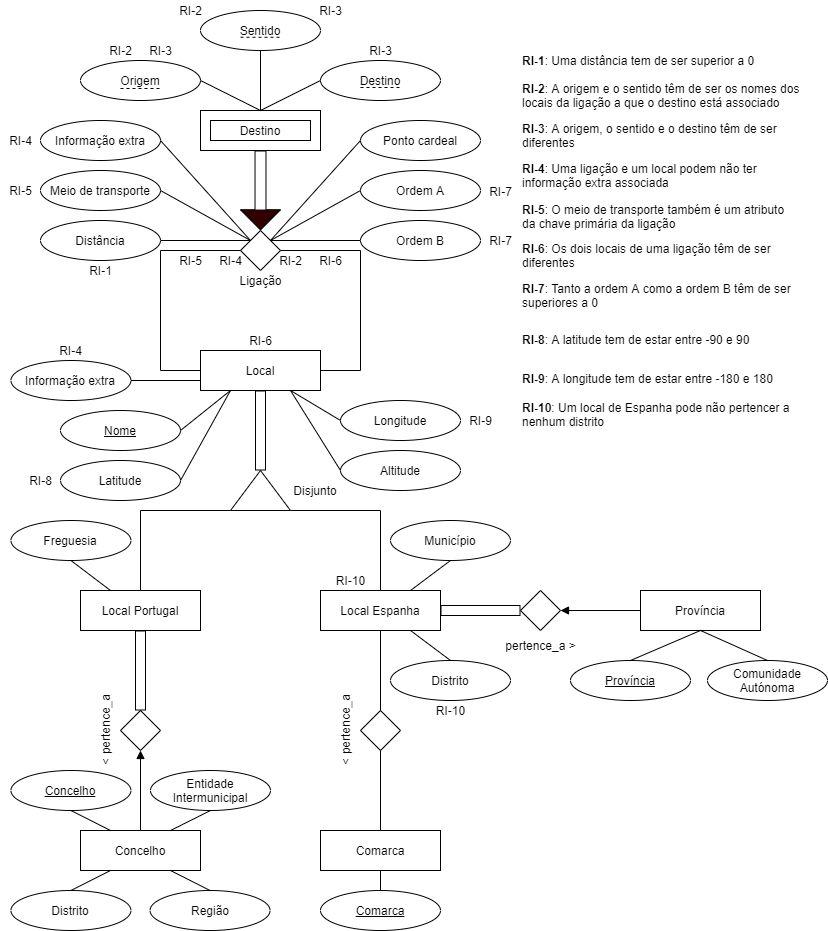
The draw.io diagram src/viajar/base_dados/diagrama_e_a.png in migueldgoncalves/Viajar, before a commit. Source tidied: cells renumbered, new cells last; positions are measured from the earlier drawing's top-left corner, leaving out a move shared by most shapes.
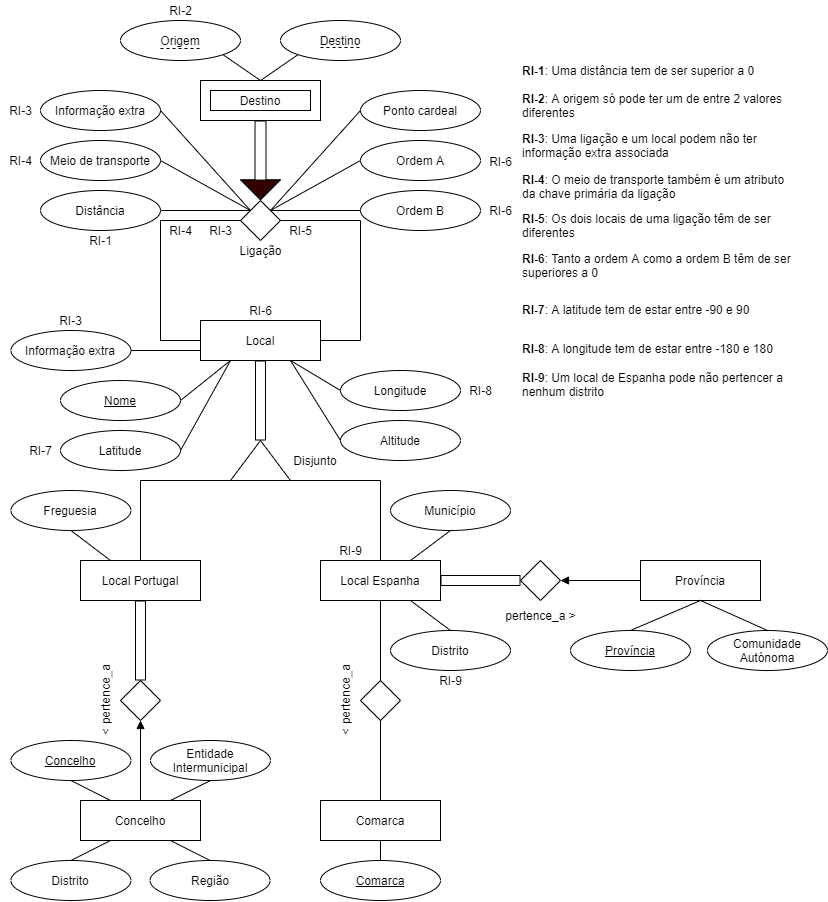
The same diagram one commit later.

What changed in the source:
```diff
@@ -140,14 +140,11 @@
     <mxCell id="39" value="Ligação" style="text;html=1;align=center;verticalAlign=middle;" parent="1" vertex="1">
       <mxGeometry x="230" y="270" width="60" height="20" as="geometry" />
     </mxCell>
-    <mxCell id="40" value="Sentido" style="ellipse;whiteSpace=wrap;html=1;fillColor=none;fontStyle=0;" parent="1" vertex="1">
-      <mxGeometry x="200" y="10" width="120" height="40" as="geometry" />
-    </mxCell>
     <mxCell id="41" value="Origem" style="ellipse;whiteSpace=wrap;html=1;fillColor=none;fontStyle=0;" parent="1" vertex="1">
-      <mxGeometry x="80" y="60" width="120" height="40" as="geometry" />
+      <mxGeometry x="120" y="50" width="120" height="40" as="geometry" />
     </mxCell>
     <mxCell id="42" value="Destino" style="ellipse;whiteSpace=wrap;html=1;fillColor=none;fontStyle=0;" parent="1" vertex="1">
-      <mxGeometry x="320" y="60" width="120" height="40" as="geometry" />
+      <mxGeometry x="280" y="50" width="120" height="40" as="geometry" />
     </mxCell>
     <mxCell id="43" value="Latitude" style="ellipse;whiteSpace=wrap;html=1;fillColor=none;" parent="1" vertex="1">
       <mxGeometry x="60" y="460" width="120" height="40" as="geometry" />
@@ -203,13 +200,10 @@
     <mxCell id="60" value="Meio de transporte" style="ellipse;whiteSpace=wrap;html=1;fillColor=none;" parent="1" vertex="1">
       <mxGeometry x="40" y="170" width="120" height="40" as="geometry" />
     </mxCell>
-    <mxCell id="61" style="endArrow=none;html=1;entryX=0.5;entryY=0;entryDx=0;entryDy=0;exitX=1;exitY=0.5;exitDx=0;exitDy=0;" parent="1" edge="1" source="41" target="9">
+    <mxCell id="61" style="endArrow=none;html=1;entryX=0.5;entryY=0;entryDx=0;entryDy=0;exitX=1;exitY=1;exitDx=0;exitDy=0;" parent="1" edge="1" source="41" target="9">
       <mxGeometry relative="1" as="geometry" />
     </mxCell>
-    <mxCell id="62" style="endArrow=none;html=1;entryX=0.5;entryY=0;entryDx=0;entryDy=0;exitX=0.5;exitY=1;exitDx=0;exitDy=0;" parent="1" edge="1" source="40" target="9">
-      <mxGeometry relative="1" as="geometry" />
-    </mxCell>
-    <mxCell id="63" style="endArrow=none;html=1;entryX=0.5;entryY=0;entryDx=0;entryDy=0;exitX=0;exitY=0.5;exitDx=0;exitDy=0;" parent="1" edge="1" source="42" target="9">
+    <mxCell id="63" style="endArrow=none;html=1;entryX=0.5;entryY=0;entryDx=0;entryDy=0;exitX=0;exitY=1;exitDx=0;exitDy=0;" parent="1" edge="1" source="42" target="9">
       <mxGeometry relative="1" as="geometry" />
     </mxCell>
     <mxCell id="64" style="endArrow=none;html=1;entryX=0;entryY=0;entryDx=0;entryDy=0;exitX=1;exitY=0.5;exitDx=0;exitDy=0;" parent="1" edge="1" source="58" target="10">
@@ -268,104 +262,80 @@
     </mxCell>
     <mxCell id="82" style="endArrow=none;dashed=1;html=1;fontStyle=4;" parent="1" edge="1">
       <mxGeometry relative="1" as="geometry">
-        <mxPoint x="120" y="88" as="sourcePoint" />
-        <mxPoint x="160" y="88" as="targetPoint" />
+        <mxPoint x="160" y="78" as="sourcePoint" />
+        <mxPoint x="200" y="78" as="targetPoint" />
       </mxGeometry>
     </mxCell>
-    <mxCell id="83" style="endArrow=none;dashed=1;html=1;fontStyle=4;" parent="1" edge="1">
-      <mxGeometry relative="1" as="geometry">
-        <mxPoint x="240" y="36.8" as="sourcePoint" />
-        <mxPoint x="280" y="36.8" as="targetPoint" />
-      </mxGeometry>
-    </mxCell>
     <mxCell id="84" style="endArrow=none;dashed=1;html=1;" parent="1" edge="1">
       <mxGeometry relative="1" as="geometry">
-        <mxPoint x="360" y="87" as="sourcePoint" />
-        <mxPoint x="400" y="87" as="targetPoint" />
+        <mxPoint x="320" y="77" as="sourcePoint" />
+        <mxPoint x="360" y="77" as="targetPoint" />
       </mxGeometry>
     </mxCell>
     <mxCell id="85" value="&lt;b&gt;RI-1&lt;/b&gt;: Uma distância tem de ser superior a 0" style="text;html=1;strokeColor=none;fillColor=none;align=left;verticalAlign=middle;whiteSpace=wrap;rounded=0;" parent="1" vertex="1">
-      <mxGeometry x="520" y="50" width="280" height="20" as="geometry" />
+      <mxGeometry x="520" y="90" width="280" height="20" as="geometry" />
     </mxCell>
     <mxCell id="86" value="RI-1" style="text;html=1;align=center;verticalAlign=middle;" parent="1" vertex="1">
       <mxGeometry x="80" y="260" width="40" height="20" as="geometry" />
     </mxCell>
-    <mxCell id="87" value="&lt;b&gt;RI-2&lt;/b&gt;: A origem e o sentido têm de ser os nomes dos locais da ligação a que o destino está associado" style="text;html=1;strokeColor=none;fillColor=none;align=left;verticalAlign=middle;whiteSpace=wrap;rounded=0;" parent="1" vertex="1">
-      <mxGeometry x="520" y="80" width="280" height="30" as="geometry" />
+    <mxCell id="87" value="&lt;b&gt;RI-2&lt;/b&gt;: A origem só pode ter um de entre 2 valores diferentes" style="text;html=1;strokeColor=none;fillColor=none;align=left;verticalAlign=middle;whiteSpace=wrap;rounded=0;" parent="1" vertex="1">
+      <mxGeometry x="520" y="120" width="280" height="30" as="geometry" />
     </mxCell>
-    <mxCell id="88" value="RI-2" style="text;html=1;align=center;verticalAlign=middle;" parent="1" vertex="1">
-      <mxGeometry x="170" width="40" height="20" as="geometry" />
-    </mxCell>
     <mxCell id="89" value="RI-2" style="text;html=1;align=center;verticalAlign=middle;" parent="1" vertex="1">
-      <mxGeometry x="100" y="40" width="40" height="20" as="geometry" />
+      <mxGeometry x="160" y="30" width="40" height="20" as="geometry" />
     </mxCell>
-    <mxCell id="90" value="RI-2" style="text;html=1;align=center;verticalAlign=middle;" parent="1" vertex="1">
-      <mxGeometry x="270" y="250" width="40" height="20" as="geometry" />
-    </mxCell>
-    <mxCell id="91" value="&lt;b&gt;RI-4&lt;/b&gt;: Uma ligação e um local podem não ter informação extra associada" style="text;html=1;strokeColor=none;fillColor=none;align=left;verticalAlign=middle;whiteSpace=wrap;rounded=0;" parent="1" vertex="1">
+    <mxCell id="91" value="&lt;b&gt;RI-3&lt;/b&gt;: Uma ligação e um local podem não ter informação extra associada" style="text;html=1;strokeColor=none;fillColor=none;align=left;verticalAlign=middle;whiteSpace=wrap;rounded=0;" parent="1" vertex="1">
       <mxGeometry x="520" y="160" width="280" height="30" as="geometry" />
     </mxCell>
-    <mxCell id="92" value="RI-4" style="text;html=1;align=center;verticalAlign=middle;" parent="1" vertex="1">
+    <mxCell id="92" value="RI-3" style="text;html=1;align=center;verticalAlign=middle;" parent="1" vertex="1">
       <mxGeometry y="130" width="40" height="20" as="geometry" />
     </mxCell>
-    <mxCell id="93" value="RI-4" style="text;html=1;align=center;verticalAlign=middle;" parent="1" vertex="1">
-      <mxGeometry x="210" y="250" width="40" height="20" as="geometry" />
+    <mxCell id="93" value="RI-3" style="text;html=1;align=center;verticalAlign=middle;" parent="1" vertex="1">
+      <mxGeometry x="200" y="250" width="40" height="20" as="geometry" />
     </mxCell>
-    <mxCell id="94" value="&lt;b&gt;RI-8&lt;/b&gt;: A latitude tem de estar entre -90 e 90" style="text;html=1;strokeColor=none;fillColor=none;align=left;verticalAlign=middle;whiteSpace=wrap;rounded=0;" parent="1" vertex="1">
+    <mxCell id="94" value="&lt;b&gt;RI-7&lt;/b&gt;: A latitude tem de estar entre -90 e 90" style="text;html=1;strokeColor=none;fillColor=none;align=left;verticalAlign=middle;whiteSpace=wrap;rounded=0;" parent="1" vertex="1">
       <mxGeometry x="520" y="329" width="280" height="20" as="geometry" />
     </mxCell>
-    <mxCell id="95" value="RI-8" style="text;html=1;align=center;verticalAlign=middle;" parent="1" vertex="1">
+    <mxCell id="95" value="RI-7" style="text;html=1;align=center;verticalAlign=middle;" parent="1" vertex="1">
       <mxGeometry x="20" y="470" width="40" height="20" as="geometry" />
     </mxCell>
-    <mxCell id="96" value="&lt;b&gt;RI-9&lt;/b&gt;: A longitude tem de estar entre -180 e 180" style="text;html=1;strokeColor=none;fillColor=none;align=left;verticalAlign=middle;whiteSpace=wrap;rounded=0;" parent="1" vertex="1">
+    <mxCell id="96" value="&lt;b&gt;RI-8&lt;/b&gt;: A longitude tem de estar entre -180 e 180" style="text;html=1;strokeColor=none;fillColor=none;align=left;verticalAlign=middle;whiteSpace=wrap;rounded=0;" parent="1" vertex="1">
       <mxGeometry x="520" y="368.1" width="280" height="20" as="geometry" />
     </mxCell>
-    <mxCell id="97" value="RI-9" style="text;html=1;align=center;verticalAlign=middle;" parent="1" vertex="1">
+    <mxCell id="97" value="RI-8" style="text;html=1;align=center;verticalAlign=middle;" parent="1" vertex="1">
       <mxGeometry x="460" y="410" width="40" height="20" as="geometry" />
     </mxCell>
-    <mxCell id="98" value="&lt;b&gt;RI-10&lt;/b&gt;: Um local de Espanha pode não pertencer a nenhum distrito" style="text;html=1;strokeColor=none;fillColor=none;align=left;verticalAlign=middle;whiteSpace=wrap;rounded=0;" parent="1" vertex="1">
+    <mxCell id="98" value="&lt;b&gt;RI-9&lt;/b&gt;: Um local de Espanha pode não pertencer a nenhum distrito" style="text;html=1;strokeColor=none;fillColor=none;align=left;verticalAlign=middle;whiteSpace=wrap;rounded=0;" parent="1" vertex="1">
       <mxGeometry x="520" y="399" width="280" height="30" as="geometry" />
     </mxCell>
-    <mxCell id="99" value="RI-10" style="text;html=1;align=center;verticalAlign=middle;" parent="1" vertex="1">
+    <mxCell id="99" value="RI-9" style="text;html=1;align=center;verticalAlign=middle;" parent="1" vertex="1">
       <mxGeometry x="430" y="700" width="40" height="20" as="geometry" />
     </mxCell>
-    <mxCell id="100" value="RI-10" style="text;html=1;align=center;verticalAlign=middle;" parent="1" vertex="1">
+    <mxCell id="100" value="RI-9" style="text;html=1;align=center;verticalAlign=middle;" parent="1" vertex="1">
       <mxGeometry x="330" y="570" width="40" height="20" as="geometry" />
     </mxCell>
-    <mxCell id="101" value="&lt;b&gt;RI-5&lt;/b&gt;: O meio de transporte também é um atributo da chave primária da ligação" style="text;html=1;strokeColor=none;fillColor=none;align=left;verticalAlign=middle;whiteSpace=wrap;rounded=0;" parent="1" vertex="1">
+    <mxCell id="101" value="&lt;b&gt;RI-4&lt;/b&gt;: O meio de transporte também é um atributo da chave primária da ligação" style="text;html=1;strokeColor=none;fillColor=none;align=left;verticalAlign=middle;whiteSpace=wrap;rounded=0;" parent="1" vertex="1">
       <mxGeometry x="520" y="201" width="280" height="29.1" as="geometry" />
     </mxCell>
-    <mxCell id="102" value="&lt;b&gt;RI-6&lt;/b&gt;: Os dois locais de uma ligação têm de ser diferentes" style="text;html=1;strokeColor=none;fillColor=none;align=left;verticalAlign=middle;whiteSpace=wrap;rounded=0;" parent="1" vertex="1">
+    <mxCell id="102" value="&lt;b&gt;RI-5&lt;/b&gt;: Os dois locais de uma ligação têm de ser diferentes" style="text;html=1;strokeColor=none;fillColor=none;align=left;verticalAlign=middle;whiteSpace=wrap;rounded=0;" parent="1" vertex="1">
       <mxGeometry x="520" y="240" width="280" height="30.1" as="geometry" />
     </mxCell>
-    <mxCell id="103" value="RI-5" style="text;html=1;align=center;verticalAlign=middle;" parent="1" vertex="1">
+    <mxCell id="103" value="RI-4" style="text;html=1;align=center;verticalAlign=middle;" parent="1" vertex="1">
       <mxGeometry y="180" width="40" height="20" as="geometry" />
     </mxCell>
-    <mxCell id="104" value="RI-5" style="text;html=1;align=center;verticalAlign=middle;" parent="1" vertex="1">
-      <mxGeometry x="170" y="250" width="40" height="20" as="geometry" />
+    <mxCell id="104" value="RI-4" style="text;html=1;align=center;verticalAlign=middle;" parent="1" vertex="1">
+      <mxGeometry x="160" y="250" width="40" height="20" as="geometry" />
     </mxCell>
-    <mxCell id="105" value="RI-6" style="text;html=1;align=center;verticalAlign=middle;" parent="1" vertex="1">
-      <mxGeometry x="310" y="250" width="40" height="20" as="geometry" />
+    <mxCell id="105" value="RI-5" style="text;html=1;align=center;verticalAlign=middle;" parent="1" vertex="1">
+      <mxGeometry x="280" y="250" width="40" height="20" as="geometry" />
     </mxCell>
     <mxCell id="106" value="RI-6" style="text;html=1;align=center;verticalAlign=middle;" parent="1" vertex="1">
       <mxGeometry x="240" y="330" width="40" height="20" as="geometry" />
     </mxCell>
-    <mxCell id="107" value="&lt;b&gt;RI-3&lt;/b&gt;: A origem, o sentido e o destino têm de ser diferentes" style="text;html=1;strokeColor=none;fillColor=none;align=left;verticalAlign=middle;whiteSpace=wrap;rounded=0;" parent="1" vertex="1">
-      <mxGeometry x="520" y="120" width="280" height="30" as="geometry" />
-    </mxCell>
-    <mxCell id="108" value="RI-3" style="text;html=1;align=center;verticalAlign=middle;" parent="1" vertex="1">
-      <mxGeometry x="140" y="40" width="40" height="20" as="geometry" />
-    </mxCell>
-    <mxCell id="109" value="RI-3" style="text;html=1;align=center;verticalAlign=middle;" parent="1" vertex="1">
-      <mxGeometry x="310" width="40" height="20" as="geometry" />
-    </mxCell>
-    <mxCell id="110" value="RI-3" style="text;html=1;align=center;verticalAlign=middle;" parent="1" vertex="1">
-      <mxGeometry x="360" y="40" width="40" height="20" as="geometry" />
-    </mxCell>
     <mxCell id="111" value="Informação extra" style="ellipse;whiteSpace=wrap;html=1;fillColor=none;" parent="1" vertex="1">
       <mxGeometry x="10.4" y="360" width="120" height="40" as="geometry" />
     </mxCell>
-    <mxCell id="112" value="RI-4" style="text;html=1;align=center;verticalAlign=middle;" parent="1" vertex="1">
+    <mxCell id="112" value="RI-3" style="text;html=1;align=center;verticalAlign=middle;" parent="1" vertex="1">
       <mxGeometry x="50.4" y="340" width="40" height="20" as="geometry" />
     </mxCell>
     <mxCell id="113" value="Ordem A" style="ellipse;whiteSpace=wrap;html=1;fillColor=none;" parent="1" vertex="1">
@@ -380,13 +350,13 @@
     <mxCell id="116" style="endArrow=none;html=1;exitX=1;exitY=0;exitDx=0;exitDy=0;entryX=0;entryY=0.5;entryDx=0;entryDy=0;" parent="1" edge="1" source="10" target="114">
       <mxGeometry relative="1" as="geometry" />
     </mxCell>
-    <mxCell id="117" value="&lt;b&gt;RI-7&lt;/b&gt;: Tanto a ordem A como a ordem B têm de ser superiores a 0" style="text;html=1;strokeColor=none;fillColor=none;align=left;verticalAlign=middle;whiteSpace=wrap;rounded=0;" parent="1" vertex="1">
+    <mxCell id="117" value="&lt;b&gt;RI-6&lt;/b&gt;: Tanto a ordem A como a ordem B têm de ser superiores a 0" style="text;html=1;strokeColor=none;fillColor=none;align=left;verticalAlign=middle;whiteSpace=wrap;rounded=0;" parent="1" vertex="1">
       <mxGeometry x="520" y="280" width="280" height="30" as="geometry" />
     </mxCell>
-    <mxCell id="118" value="RI-7" style="text;html=1;align=center;verticalAlign=middle;" parent="1" vertex="1">
+    <mxCell id="118" value="RI-6" style="text;html=1;align=center;verticalAlign=middle;" parent="1" vertex="1">
       <mxGeometry x="480" y="181" width="40" height="20" as="geometry" />
     </mxCell>
-    <mxCell id="119" value="RI-7" style="text;html=1;align=center;verticalAlign=middle;" parent="1" vertex="1">
+    <mxCell id="119" value="RI-6" style="text;html=1;align=center;verticalAlign=middle;" parent="1" vertex="1">
       <mxGeometry x="480" y="230" width="40" height="20" as="geometry" />
     </mxCell>
   </root>
```
